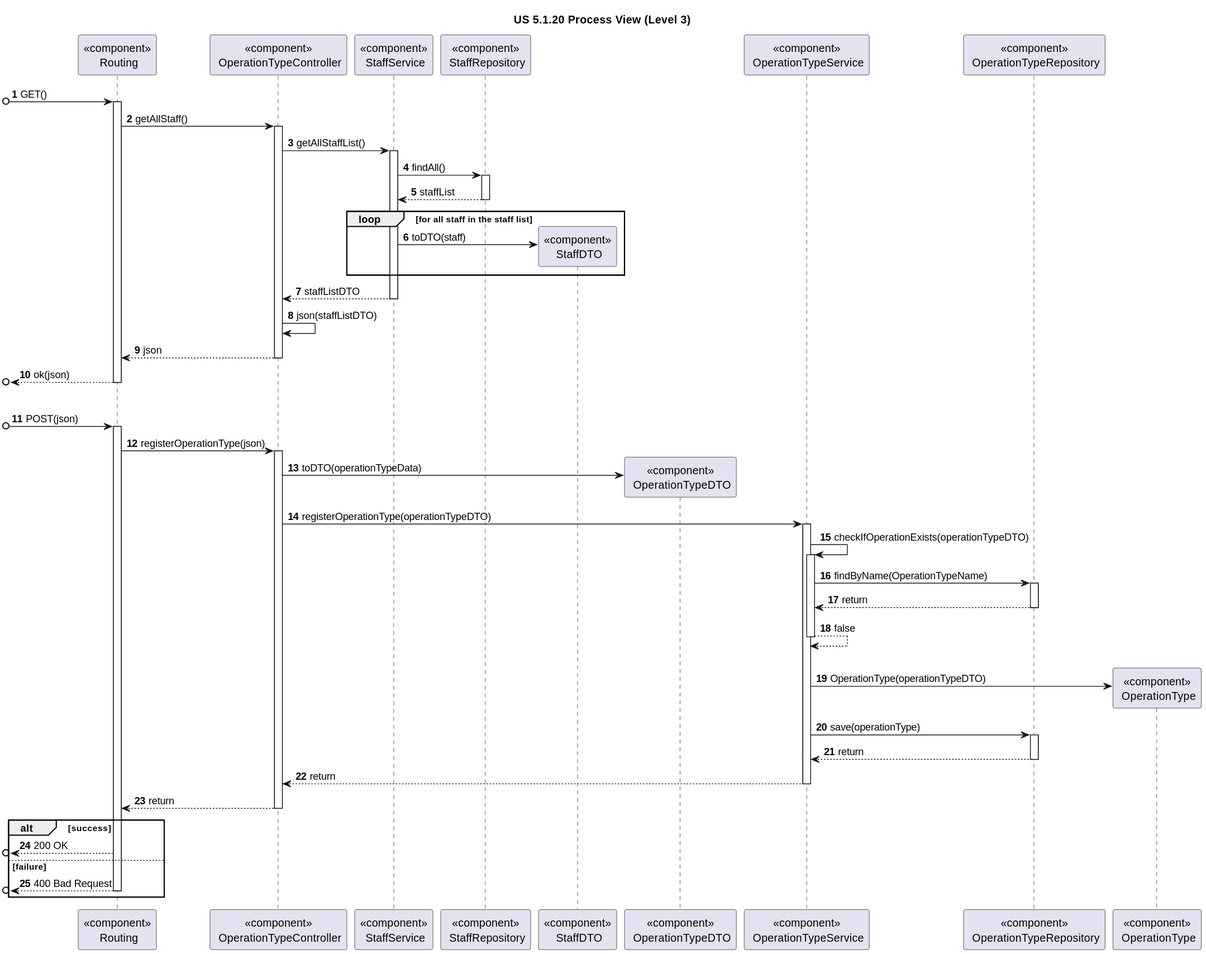
rita-barbosa/LAPR5-2425 keeps this PlantUML diagram as docs/sprint-1/1220683/us-5.1.20/diagrams/Process_View/Level-3/us20-process-view-level3.svg. Above is the earlier version.
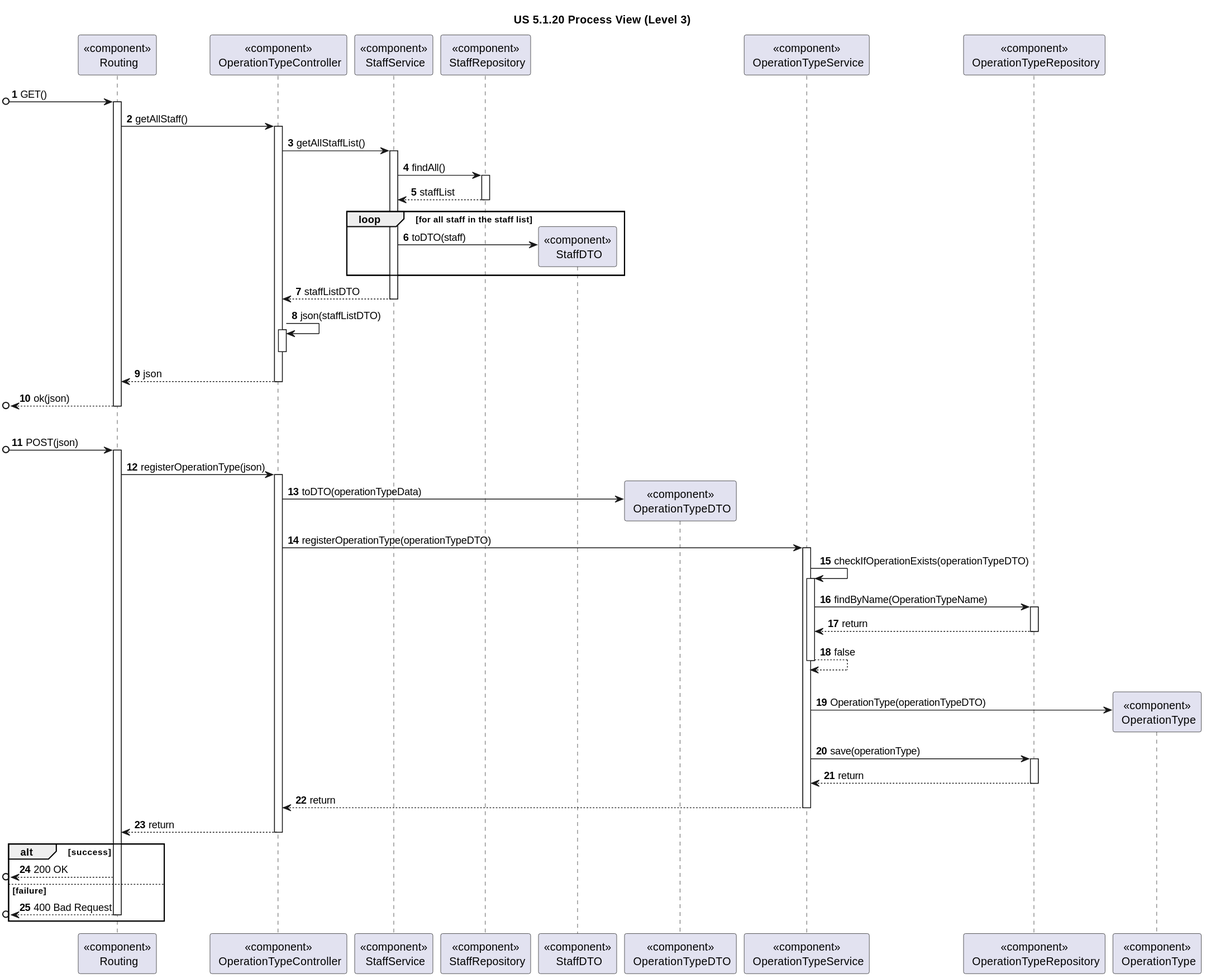
Above is the later version.

Commit message:
DG38-190 | docs: diagrams corrections

The edit, as a diff of the source:
```diff
@@ -41,6 +41,8 @@
 deactivate STAFFServ
 
 CONTROL -> CONTROL : json(staffListDTO)
+activate CONTROL
+deactivate CONTROL
 
 CONTROL --> ROUTE : json
 deactivate CONTROL
```
